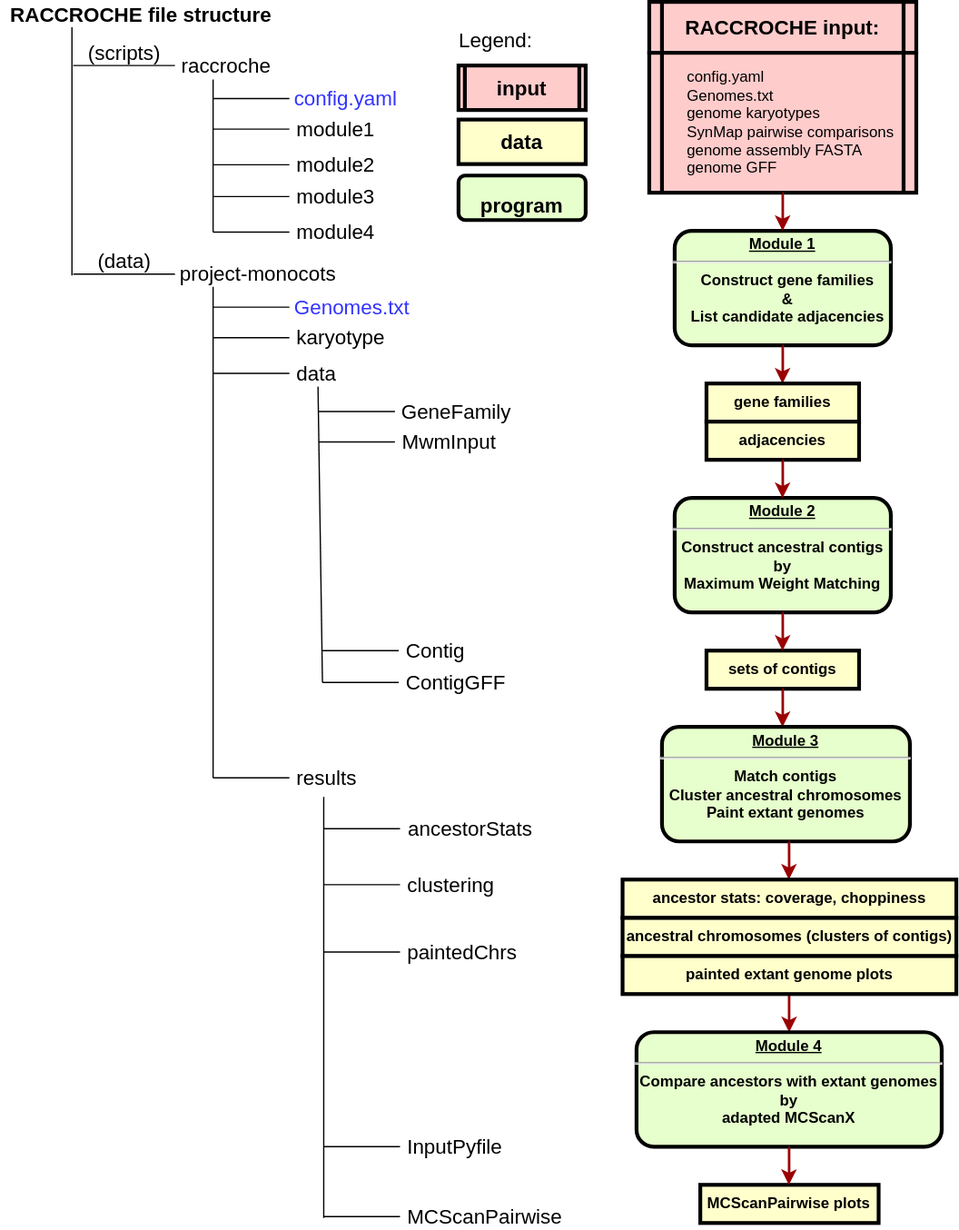
Before: documentation/program-vs-file-structure.svg, a diagram exported from draw.io (jin-repo/RACCROCHE). Source tidied: cells renumbered, new cells last; positions are measured from the earlier drawing's top-left corner, leaving out a move shared by most shapes.
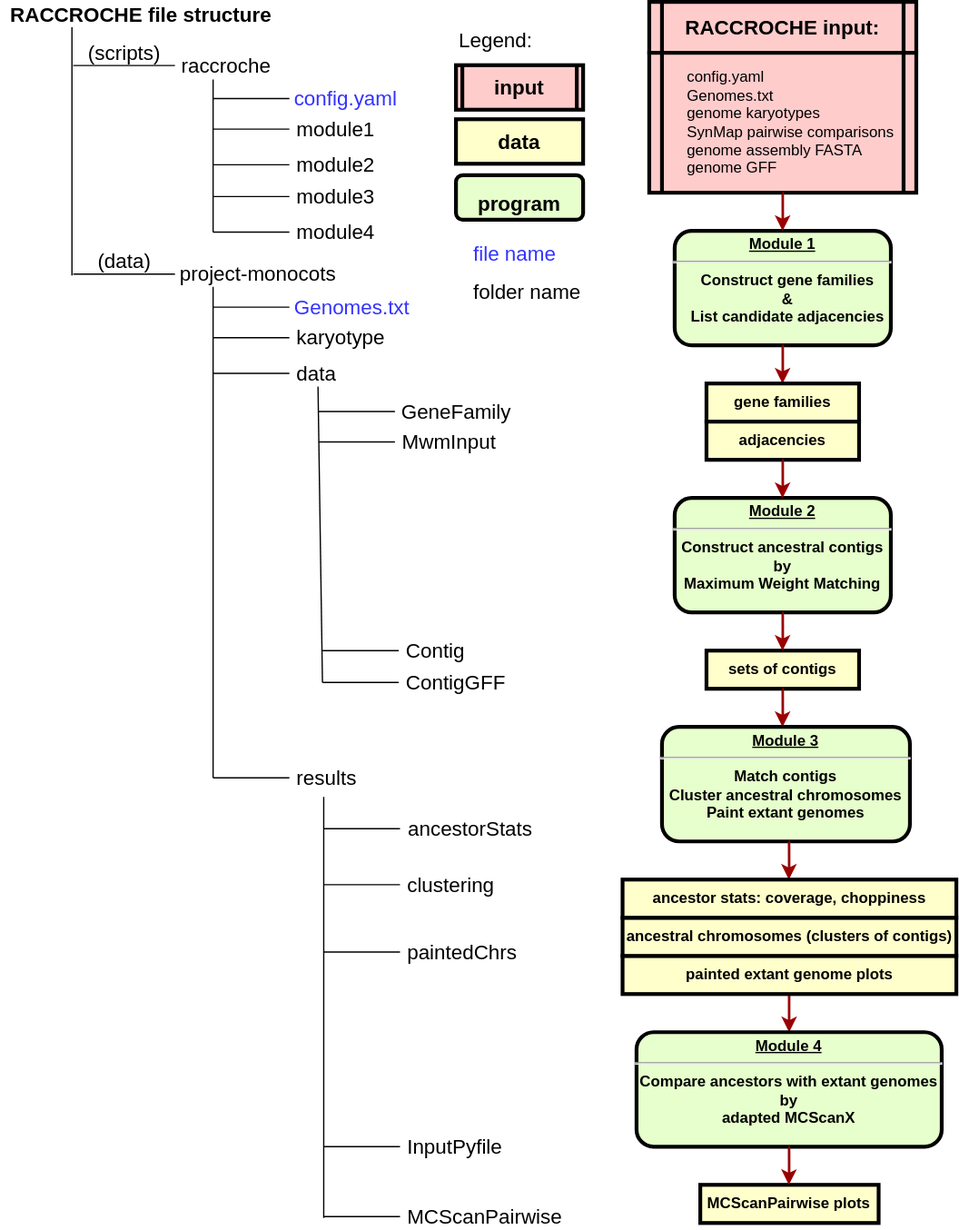
Above is the later version.

Change to the diagram source:
```diff
@@ -365,7 +365,7 @@
       </mxGeometry>
     </mxCell>
     <mxCell id="90" style="group;" parent="1" vertex="1">
-      <mxGeometry x="360" y="50" width="100" height="121.5" as="geometry" />
+      <mxGeometry x="358" y="49.8" width="100" height="121.5" as="geometry" />
     </mxCell>
     <mxCell id="91" value="data" style="whiteSpace=wrap;align=center;verticalAlign=middle;fontStyle=1;strokeWidth=3;fillColor=#FFFFCC;fontSize=16;" parent="90" vertex="1">
       <mxGeometry y="42.5" width="100" height="35" as="geometry" />
@@ -379,5 +379,14 @@
     <mxCell id="94" value="Legend:" style="text;html=1;align=center;verticalAlign=middle;fontSize=16;fontColor=#000000;" parent="1" vertex="1">
       <mxGeometry x="354" y="20" width="70" height="20" as="geometry" />
     </mxCell>
+    <mxCell id="95" style="group;" parent="1" vertex="1">
+      <mxGeometry x="370" y="188" width="100" height="50" as="geometry" />
+    </mxCell>
+    <mxCell id="96" value="file name" style="text;html=1;align=left;verticalAlign=middle;fontSize=16;fontColor=#3333FF;" parent="95" vertex="1">
+      <mxGeometry width="80" height="20" as="geometry" />
+    </mxCell>
+    <mxCell id="97" value="folder name" style="text;html=1;align=left;verticalAlign=middle;fontSize=16;" parent="95" vertex="1">
+      <mxGeometry y="30" width="100" height="20" as="geometry" />
+    </mxCell>
   </root>
 </mxGraphModel>
```
